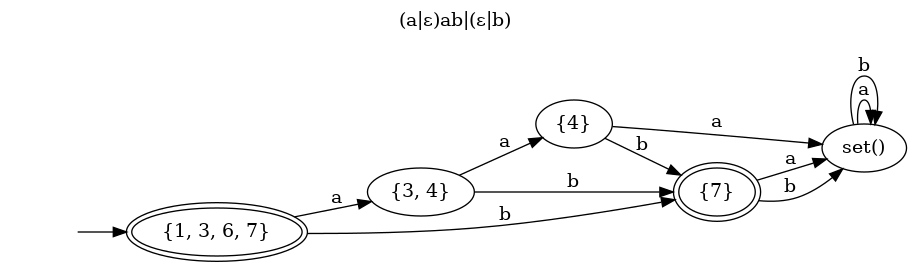
anthony-sv/Regex2DFA keeps this Graphviz diagram as dfa.png. Above is the earlier version. Its source is kept beside it as dfa.gv.
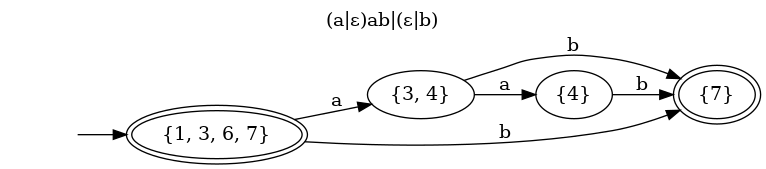
Later version of the same file.

Diff of the diagram source:
```diff
@@ -5,17 +5,11 @@
 	" " [shape=plaintext]	"{1, 3, 6, 7}" [peripheries=2]
 	"{3, 4}"
 	"{7}" [peripheries=2]
-	"set()"
 	"{4}"
 	" " -> "{1, 3, 6, 7}"
 	"{1, 3, 6, 7}" -> "{3, 4}" [label="a"]
 	"{1, 3, 6, 7}" -> "{7}" [label="b"]
-	"{7}" -> "set()" [label="a"]
-	"{7}" -> "set()" [label="b"]
-	"set()" -> "set()" [label="a"]
-	"set()" -> "set()" [label="b"]
 	"{3, 4}" -> "{4}" [label="a"]
 	"{3, 4}" -> "{7}" [label="b"]
-	"{4}" -> "set()" [label="a"]
 	"{4}" -> "{7}" [label="b"]
 }
```
